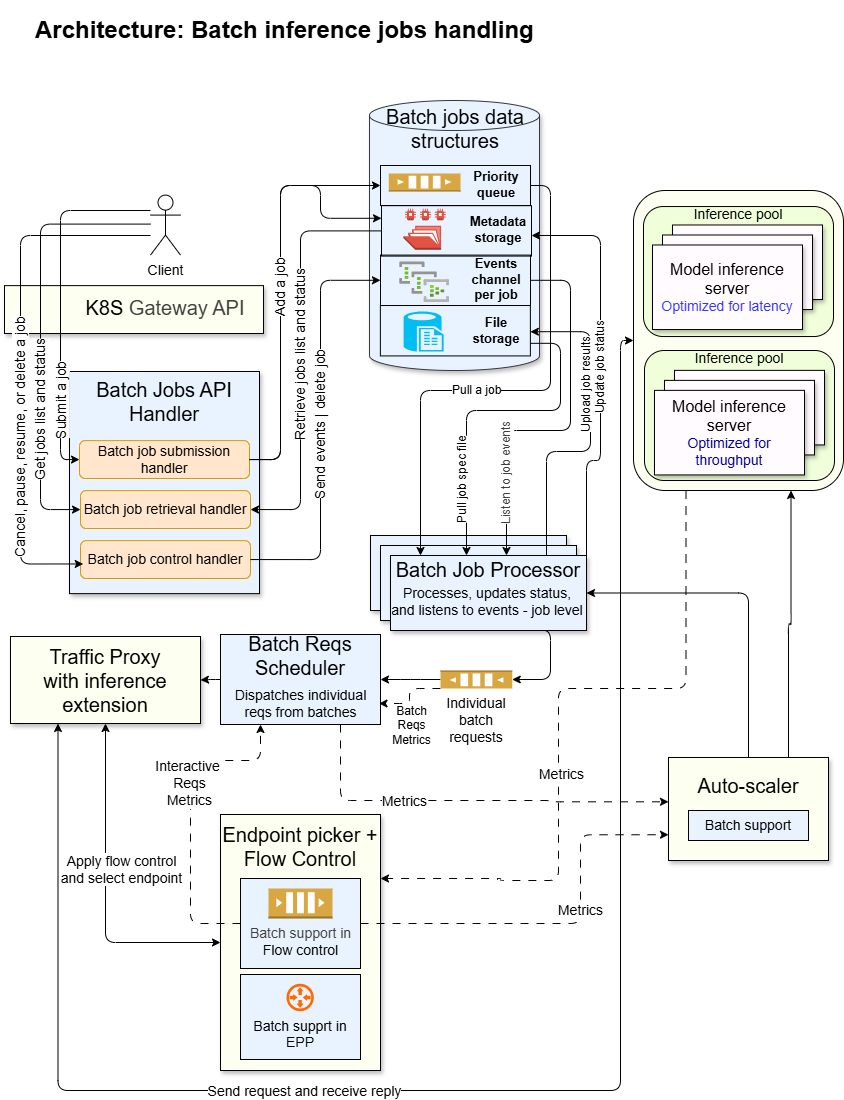
Earlier version of the draw.io export docs/design/diagrams/arch_1.png (llm-d-incubation/batch-gateway). Source tidied: cells renumbered, new cells last; positions are measured from the earlier drawing's top-left corner, leaving out a move shared by most shapes.
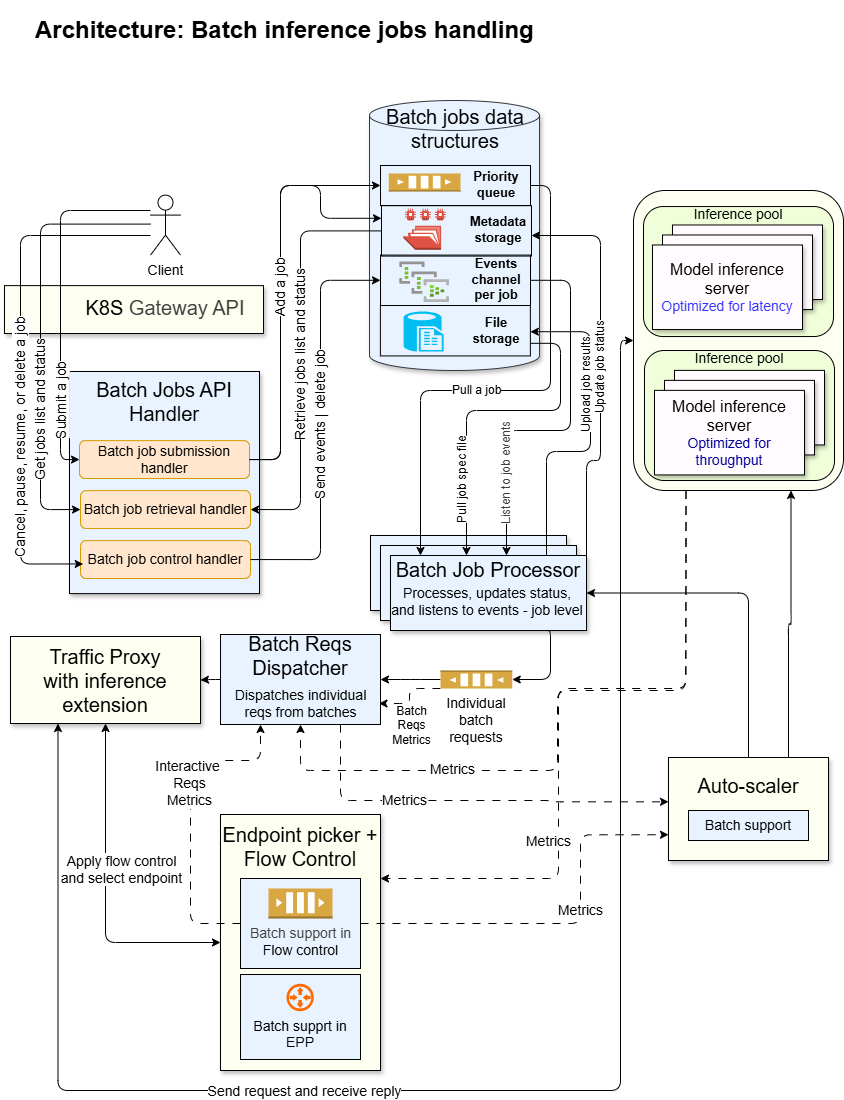
After the change.

The edit, as a diff of the source:
```diff
@@ -19,17 +19,10 @@
         <Array as="points">
           <mxPoint x="682" y="678" />
           <mxPoint x="554" y="678" />
-          <mxPoint x="554" y="870" />
-          <mxPoint x="496" y="870" />
-          <mxPoint x="496" y="868" />
+          <mxPoint x="554" y="868" />
         </Array>
       </mxGeometry>
     </mxCell>
-    <mxCell id="7" value="&lt;font style=&quot;font-size: 14px;&quot;&gt;Metrics&lt;/font&gt;" style="edgeLabel;html=1;align=center;verticalAlign=middle;" parent="6" vertex="1">
-      <mxGeometry x="0.18" y="2" relative="1" as="geometry">
-        <mxPoint y="-2" as="offset" />
-      </mxGeometry>
-    </mxCell>
     <mxCell id="8" value="&lt;font style=&quot;font-size: 14px;&quot;&gt;Inference pool&lt;/font&gt;&lt;div&gt;&lt;font style=&quot;font-size: 14px;&quot;&gt;&lt;br&gt;&lt;/font&gt;&lt;/div&gt;&lt;div&gt;&lt;font style=&quot;font-size: 14px;&quot;&gt;&lt;br&gt;&lt;/font&gt;&lt;/div&gt;&lt;div&gt;&lt;font style=&quot;font-size: 14px;&quot;&gt;&lt;br&gt;&lt;/font&gt;&lt;/div&gt;&lt;div&gt;&lt;font style=&quot;font-size: 14px;&quot;&gt;&lt;br&gt;&lt;/font&gt;&lt;/div&gt;&lt;div&gt;&lt;font style=&quot;font-size: 14px;&quot;&gt;&lt;br&gt;&lt;/font&gt;&lt;/div&gt;&lt;div&gt;&lt;font style=&quot;font-size: 14px;&quot;&gt;&lt;br&gt;&lt;/font&gt;&lt;/div&gt;&lt;div&gt;&lt;br&gt;&lt;/div&gt;" style="rounded=1;whiteSpace=wrap;html=1;fillColor=#F0FFD9;" parent="1" vertex="1">
       <mxGeometry x="640" y="340" width="190" height="130" as="geometry" />
     </mxCell>
@@ -140,7 +133,9 @@
       </mxGeometry>
     </mxCell>
     <mxCell id="31" value="Metrics" style="edgeLabel;html=1;align=center;verticalAlign=middle;fontSize=14;" parent="30" vertex="1">
-      <mxGeometry x="-0.31" relative="1" as="geometry" />
+      <mxGeometry x="-0.31" relative="1" as="geometry">
+        <mxPoint y="-1" as="offset" />
+      </mxGeometry>
     </mxCell>
     <mxCell id="32" value="&lt;font&gt;Batch Job Processor&lt;/font&gt;&lt;div&gt;&lt;br&gt;&lt;/div&gt;&lt;div&gt;&lt;br&gt;&lt;/div&gt;" style="whiteSpace=wrap;html=1;fillColor=#E9F3FF;strokeColor=#000000;fontSize=20;glass=0;shadow=1;" parent="1" vertex="1">
       <mxGeometry x="386" y="545" width="196" height="75" as="geometry" />
@@ -308,7 +303,7 @@
     <mxCell id="66" value="&lt;font style=&quot;font-size: 14px;&quot;&gt;Batch support&lt;/font&gt;" style="rounded=0;whiteSpace=wrap;html=1;fillColor=#E9F3FF;" parent="1" vertex="1">
       <mxGeometry x="684" y="800" width="120" height="30" as="geometry" />
     </mxCell>
-    <mxCell id="67" value="&lt;font&gt;Batch Reqs Scheduler&lt;/font&gt;&lt;div&gt;&lt;font&gt;&lt;br&gt;&lt;/font&gt;&lt;/div&gt;&lt;div&gt;&lt;font&gt;&lt;br&gt;&lt;/font&gt;&lt;/div&gt;" style="rounded=0;whiteSpace=wrap;html=1;fillColor=#E9F3FF;fontSize=20;" parent="1" vertex="1">
+    <mxCell id="67" value="&lt;font&gt;Batch Reqs Dispatcher&lt;/font&gt;&lt;div&gt;&lt;font&gt;&lt;br&gt;&lt;/font&gt;&lt;/div&gt;&lt;div&gt;&lt;font&gt;&lt;br&gt;&lt;/font&gt;&lt;/div&gt;" style="rounded=0;whiteSpace=wrap;html=1;fillColor=#E9F3FF;fontSize=20;" parent="1" vertex="1">
       <mxGeometry x="216" y="624" width="160" height="90" as="geometry" />
     </mxCell>
     <mxCell id="68" style="edgeStyle=elbowEdgeStyle;html=1;exitX=0;exitY=0.5;exitDx=0;exitDy=0;entryX=1;entryY=0.5;entryDx=0;entryDy=0;" parent="1" edge="1" source="67" target="12">
@@ -334,7 +329,7 @@
     <mxCell id="74" value="Individual batch requests" style="outlineConnect=0;dashed=0;verticalLabelPosition=bottom;verticalAlign=top;align=center;html=1;shape=mxgraph.aws3.queue;fillColor=#D9A741;gradientColor=none;horizontal=1;rotation=0;labelPosition=center;textShadow=0;direction=west;whiteSpace=wrap;fontSize=14;" parent="1" vertex="1">
       <mxGeometry x="436" y="660" width="71.8" height="18" as="geometry" />
     </mxCell>
-    <mxCell id="75" style="edgeStyle=elbowEdgeStyle;html=1;entryX=0;entryY=0.5;entryDx=0;entryDy=0;entryPerimeter=0;exitX=0.75;exitY=1;exitDx=0;exitDy=0;" parent="1" edge="1" source="32" target="74">
+    <mxCell id="75" style="edgeStyle=elbowEdgeStyle;html=1;entryX=0;entryY=0.5;entryDx=0;entryDy=0;entryPerimeter=0;exitX=0.798;exitY=1.001;exitDx=0;exitDy=0;exitPerimeter=0;" parent="1" edge="1" source="32" target="74">
       <mxGeometry relative="1" as="geometry">
         <Array as="points">
           <mxPoint x="546" y="650" />
@@ -372,5 +367,25 @@
     <mxCell id="81" value="&lt;font style=&quot;font-size: 14px;&quot;&gt;Dispatches individual reqs from batches&lt;/font&gt;" style="text;html=1;align=center;verticalAlign=middle;whiteSpace=wrap;rounded=0;" parent="1" vertex="1">
       <mxGeometry x="217.5" y="678" width="157" height="30" as="geometry" />
     </mxCell>
+    <mxCell id="82" style="edgeStyle=orthogonalEdgeStyle;html=1;dashed=1;dashPattern=8 8;entryX=0.5;entryY=1;entryDx=0;entryDy=0;exitX=0.25;exitY=1;exitDx=0;exitDy=0;" parent="1" edge="1" source="2" target="67">
+      <mxGeometry relative="1" as="geometry">
+        <Array as="points">
+          <mxPoint x="682" y="540" />
+          <mxPoint x="681" y="540" />
+          <mxPoint x="681" y="680" />
+          <mxPoint x="553" y="680" />
+          <mxPoint x="553" y="760" />
+          <mxPoint x="296" y="760" />
+        </Array>
+      </mxGeometry>
+    </mxCell>
+    <mxCell id="83" value="&lt;font style=&quot;font-size: 14px;&quot;&gt;Metrics&lt;/font&gt;" style="edgeLabel;html=1;align=center;verticalAlign=middle;" parent="82" vertex="1">
+      <mxGeometry x="0.18" y="2" relative="1" as="geometry">
+        <mxPoint x="3" y="68" as="offset" />
+      </mxGeometry>
+    </mxCell>
+    <mxCell id="84" value="&lt;font style=&quot;font-size: 14px;&quot;&gt;Metrics&lt;/font&gt;" style="edgeLabel;html=1;align=center;verticalAlign=middle;" parent="82" vertex="1">
+      <mxGeometry x="0.45" y="-2" relative="1" as="geometry" />
+    </mxCell>
   </root>
 </mxGraphModel>
```
